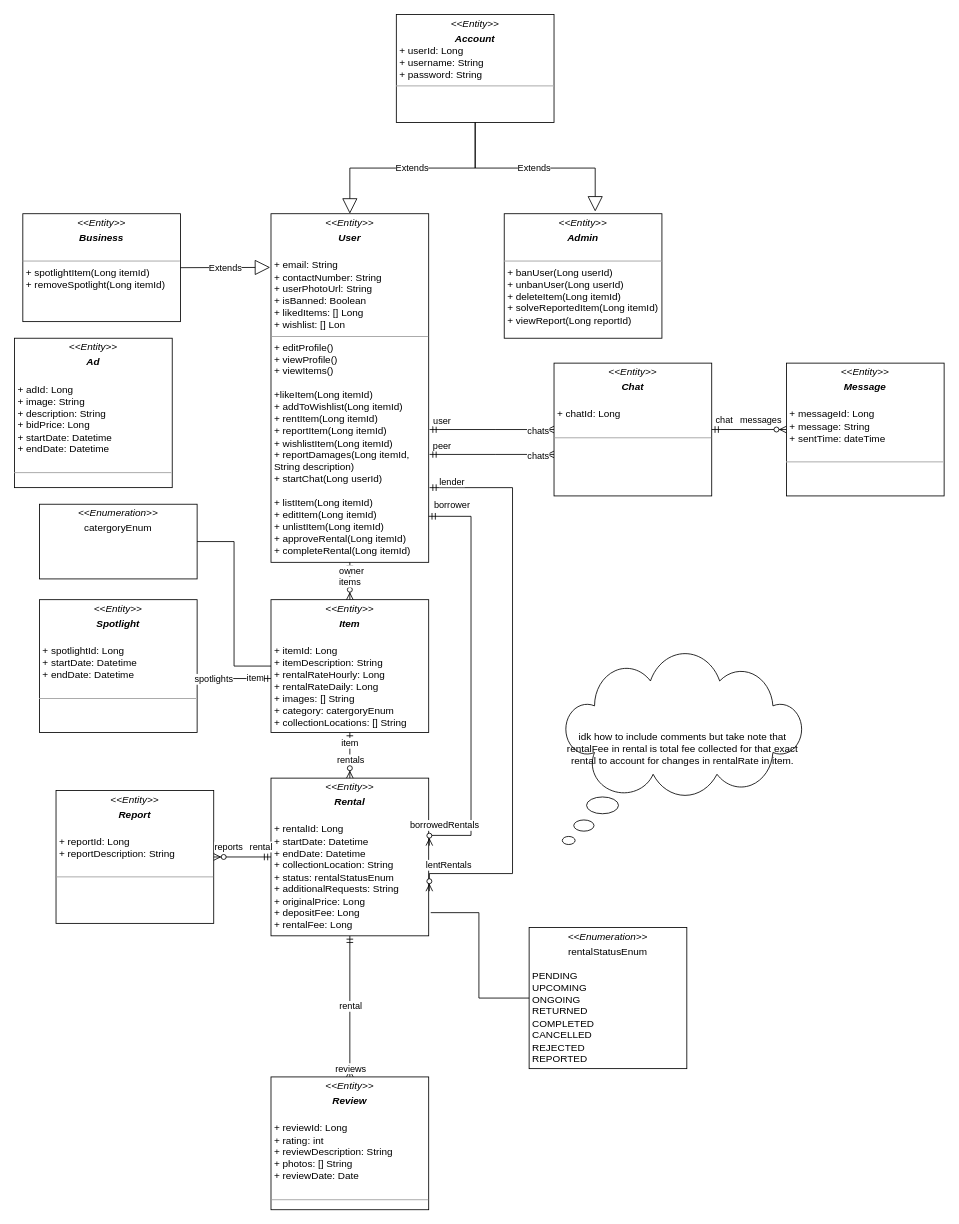
This is Class Diagram.drawio from TohDeKai/SharEco, a draw.io file, before an edit. Source tidied: cells renumbered, new cells numbered last; positions are measured from the earlier drawing's top-left corner, leaving out a move shared by most shapes. Both pictures are drawn from the tidied source at 83%, with x=0, y=0 at pixel (14, 14).
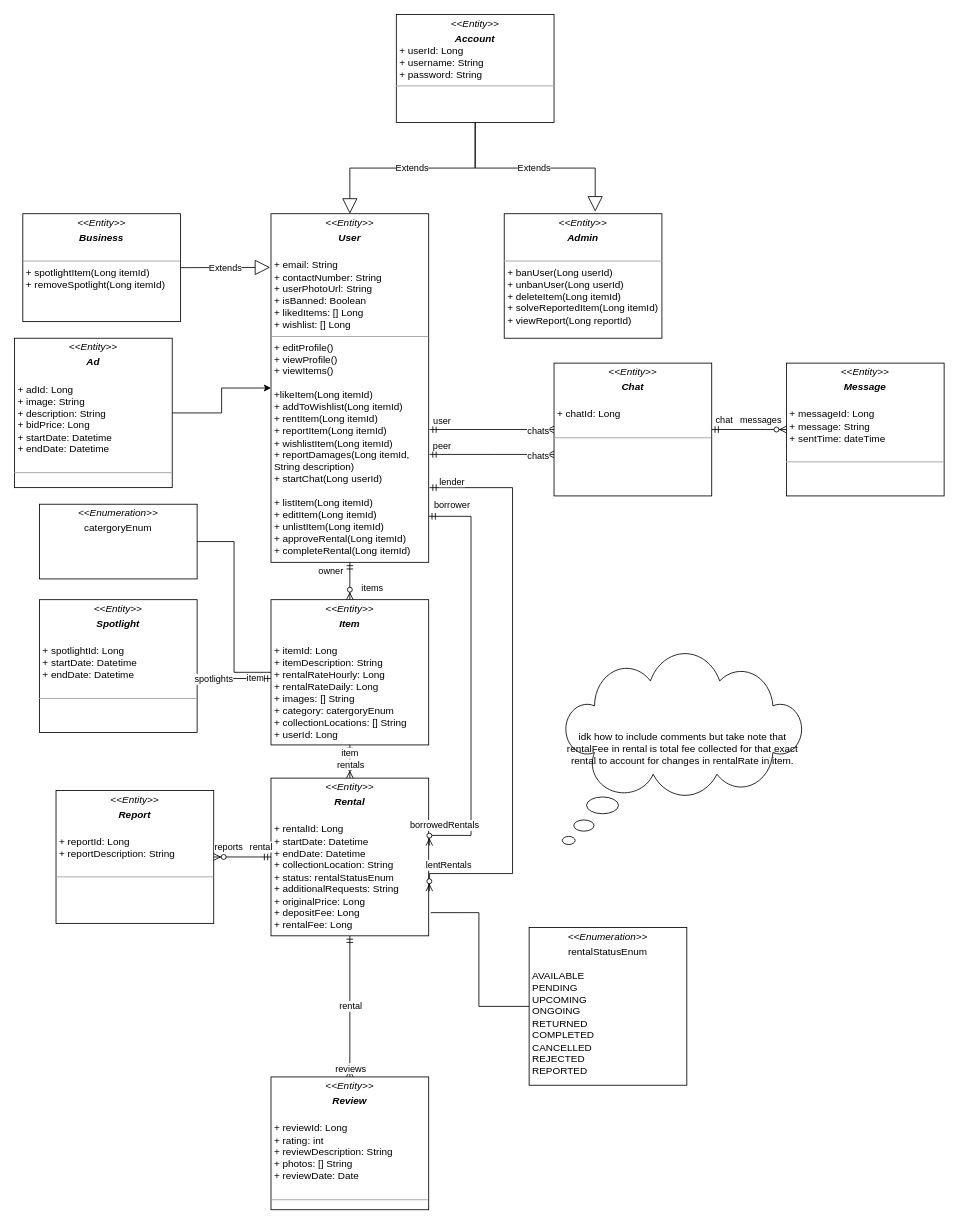
The same page after the edit.

The change refers to these unchanged cells:
```xml
<mxCell id="10" style="fontSize=12;html=1;endArrow=ERzeroToMany;startArrow=ERmandOne;rounded=0;exitX=0.5;exitY=1;exitDx=0;exitDy=0;" parent="1" edge="1" source="2" target="9">
  <mxGeometry relative="1" as="geometry" />
</mxCell>
<mxCell id="51" value="&lt;p style=&quot;margin:0px;margin-top:4px;text-align:center;&quot;&gt;&lt;i&gt;&amp;lt;&amp;lt;Entity&amp;gt;&amp;gt;&lt;/i&gt;&lt;/p&gt;&lt;p style=&quot;margin:0px;margin-top:4px;text-align:center;&quot;&gt;&lt;b&gt;&lt;i&gt;Ad&lt;/i&gt;&lt;/b&gt;&lt;/p&gt;&lt;p style=&quot;margin:0px;margin-top:4px;text-align:center;&quot;&gt;&lt;b&gt;&lt;i&gt;&lt;br&gt;&lt;/i&gt;&lt;/b&gt;&lt;/p&gt;&lt;p style=&quot;margin:0px;margin-left:4px;&quot;&gt;&lt;span style=&quot;background-color: initial;&quot;&gt;+ adId: Long&lt;/span&gt;&lt;/p&gt;&lt;p style=&quot;margin:0px;margin-left:4px;&quot;&gt;&lt;span style=&quot;background-color: initial;&quot;&gt;+ image: String&lt;/span&gt;&lt;/p&gt;&lt;p style=&quot;margin:0px;margin-left:4px;&quot;&gt;&lt;span style=&quot;background-color: initial;&quot;&gt;+ description: String&lt;/span&gt;&lt;/p&gt;&lt;p style=&quot;margin:0px;margin-left:4px;&quot;&gt;&lt;span style=&quot;background-color: initial;&quot;&gt;+ bidPrice: Long&lt;/span&gt;&lt;/p&gt;&lt;p style=&quot;margin:0px;margin-left:4px;&quot;&gt;&lt;span style=&quot;background-color: initial;&quot;&gt;+ startDate: Datetime&lt;/span&gt;&lt;/p&gt;&lt;p style=&quot;margin:0px;margin-left:4px;&quot;&gt;&lt;span style=&quot;background-color: initial;&quot;&gt;+ endDate: Datetime&lt;/span&gt;&lt;/p&gt;&lt;p style=&quot;margin:0px;margin-left:4px;&quot;&gt;&amp;nbsp;&lt;/p&gt;&lt;hr size=&quot;1&quot;&gt;&lt;p style=&quot;margin:0px;margin-left:4px;&quot;&gt;&lt;br&gt;&lt;/p&gt;" style="verticalAlign=top;align=left;overflow=fill;fontSize=12;fontFamily=Helvetica;html=1;whiteSpace=wrap;" parent="1" vertex="1">
  <mxGeometry y="390" width="190" height="180" as="geometry" />
</mxCell>
```

The edit, as a diff of the source:
```diff
@@
-    <mxCell id="2" value="&lt;p style=&quot;margin:0px;margin-top:4px;text-align:center;&quot;&gt;&lt;i&gt;&amp;lt;&amp;lt;Entity&amp;gt;&amp;gt;&lt;/i&gt;&lt;/p&gt;&lt;p style=&quot;margin:0px;margin-top:4px;text-align:center;&quot;&gt;&lt;i&gt;&lt;b&gt;User&lt;/b&gt;&lt;/i&gt;&lt;br&gt;&lt;/p&gt;&lt;p style=&quot;margin:0px;margin-top:4px;text-align:center;&quot;&gt;&lt;br&gt;&lt;/p&gt;&lt;p style=&quot;margin:0px;margin-left:4px;&quot;&gt;+ email: String&lt;/p&gt;&lt;p style=&quot;margin:0px;margin-left:4px;&quot;&gt;+ contactNumber: String&lt;/p&gt;&lt;p style=&quot;margin:0px;margin-left:4px;&quot;&gt;+ userPhotoUrl: String&lt;/p&gt;&lt;p style=&quot;margin:0px;margin-left:4px;&quot;&gt;+ isBanned: Boolean&lt;/p&gt;&lt;p style=&quot;margin:0px;margin-left:4px;&quot;&gt;+ likedItems: [] Long&lt;/p&gt;&lt;p style=&quot;margin:0px;margin-left:4px;&quot;&gt;+ wishlist: [] Lon&lt;/p&gt;&lt;hr size=&quot;1&quot;&gt;&lt;p style=&quot;margin:0px;margin-left:4px;&quot;&gt;+ editProfile()&lt;/p&gt;&lt;p style=&quot;margin:0px;margin-left:4px;&quot;&gt;+ viewProfile()&lt;/p&gt;&lt;p style=&quot;margin:0px;margin-left:4px;&quot;&gt;+ viewItems()&lt;/p&gt;&lt;p style=&quot;margin:0px;margin-left:4px;&quot;&gt;&lt;br&gt;&lt;/p&gt;&lt;p style=&quot;margin:0px;margin-left:4px;&quot;&gt;+likeItem(Long itemId)&lt;/p&gt;&lt;p style=&quot;margin:0px;margin-left:4px;&quot;&gt;+ addToWishlist(Long itemId)&lt;/p&gt;&lt;p style=&quot;margin:0px;margin-left:4px;&quot;&gt;+ rentItem(Long itemId)&lt;/p&gt;&lt;p style=&quot;margin:0px;margin-left:4px;&quot;&gt;+ reportItem(Long itemId)&lt;/p&gt;&lt;p style=&quot;margin:0px;margin-left:4px;&quot;&gt;+ wishlistItem(Long itemId)&lt;/p&gt;&lt;p style=&quot;margin:0px;margin-left:4px;&quot;&gt;+ reportDamages(Long itemId, String description)&lt;/p&gt;&lt;p style=&quot;margin:0px;margin-left:4px;&quot;&gt;+ startChat(Long userId)&lt;/p&gt;&lt;p style=&quot;margin:0px;margin-left:4px;&quot;&gt;&lt;br&gt;&lt;/p&gt;&lt;p style=&quot;margin:0px;margin-left:4px;&quot;&gt;+ listItem(Long itemId)&lt;/p&gt;&lt;p style=&quot;margin:0px;margin-left:4px;&quot;&gt;+ editItem(Long itemId)&lt;/p&gt;&lt;p style=&quot;margin:0px;margin-left:4px;&quot;&gt;+ unlistItem(Long itemId)&lt;/p&gt;&lt;p style=&quot;margin:0px;margin-left:4px;&quot;&gt;+ approveRental(Long itemId)&lt;/p&gt;&lt;p style=&quot;margin:0px;margin-left:4px;&quot;&gt;+ completeRental(Long itemId)&lt;br&gt;&lt;/p&gt;&lt;p style=&quot;margin:0px;margin-left:4px;&quot;&gt;&lt;br&gt;&lt;/p&gt;" style="verticalAlign=top;align=left;overflow=fill;fontSize=12;fontFamily=Helvetica;html=1;whiteSpace=wrap;" parent="1" vertex="1">
+    <mxCell id="2" value="&lt;p style=&quot;margin:0px;margin-top:4px;text-align:center;&quot;&gt;&lt;i&gt;&amp;lt;&amp;lt;Entity&amp;gt;&amp;gt;&lt;/i&gt;&lt;/p&gt;&lt;p style=&quot;margin:0px;margin-top:4px;text-align:center;&quot;&gt;&lt;i&gt;&lt;b&gt;User&lt;/b&gt;&lt;/i&gt;&lt;br&gt;&lt;/p&gt;&lt;p style=&quot;margin:0px;margin-top:4px;text-align:center;&quot;&gt;&lt;br&gt;&lt;/p&gt;&lt;p style=&quot;margin:0px;margin-left:4px;&quot;&gt;+ email: String&lt;/p&gt;&lt;p style=&quot;margin:0px;margin-left:4px;&quot;&gt;+ contactNumber: String&lt;/p&gt;&lt;p style=&quot;margin:0px;margin-left:4px;&quot;&gt;+ userPhotoUrl: String&lt;/p&gt;&lt;p style=&quot;margin:0px;margin-left:4px;&quot;&gt;+ isBanned: Boolean&lt;/p&gt;&lt;p style=&quot;margin:0px;margin-left:4px;&quot;&gt;+ likedItems: [] Long&lt;/p&gt;&lt;p style=&quot;margin:0px;margin-left:4px;&quot;&gt;+ wishlist: [] Long&lt;/p&gt;&lt;hr size=&quot;1&quot;&gt;&lt;p style=&quot;margin:0px;margin-left:4px;&quot;&gt;+ editProfile()&lt;/p&gt;&lt;p style=&quot;margin:0px;margin-left:4px;&quot;&gt;+ viewProfile()&lt;/p&gt;&lt;p style=&quot;margin:0px;margin-left:4px;&quot;&gt;+ viewItems()&lt;/p&gt;&lt;p style=&quot;margin:0px;margin-left:4px;&quot;&gt;&lt;br&gt;&lt;/p&gt;&lt;p style=&quot;margin:0px;margin-left:4px;&quot;&gt;+likeItem(Long itemId)&lt;/p&gt;&lt;p style=&quot;margin:0px;margin-left:4px;&quot;&gt;+ addToWishlist(Long itemId)&lt;/p&gt;&lt;p style=&quot;margin:0px;margin-left:4px;&quot;&gt;+ rentItem(Long itemId)&lt;/p&gt;&lt;p style=&quot;margin:0px;margin-left:4px;&quot;&gt;+ reportItem(Long itemId)&lt;/p&gt;&lt;p style=&quot;margin:0px;margin-left:4px;&quot;&gt;+ wishlistItem(Long itemId)&lt;/p&gt;&lt;p style=&quot;margin:0px;margin-left:4px;&quot;&gt;+ reportDamages(Long itemId, String description)&lt;/p&gt;&lt;p style=&quot;margin:0px;margin-left:4px;&quot;&gt;+ startChat(Long userId)&lt;/p&gt;&lt;p style=&quot;margin:0px;margin-left:4px;&quot;&gt;&lt;br&gt;&lt;/p&gt;&lt;p style=&quot;margin:0px;margin-left:4px;&quot;&gt;+ listItem(Long itemId)&lt;/p&gt;&lt;p style=&quot;margin:0px;margin-left:4px;&quot;&gt;+ editItem(Long itemId)&lt;/p&gt;&lt;p style=&quot;margin:0px;margin-left:4px;&quot;&gt;+ unlistItem(Long itemId)&lt;/p&gt;&lt;p style=&quot;margin:0px;margin-left:4px;&quot;&gt;+ approveRental(Long itemId)&lt;/p&gt;&lt;p style=&quot;margin:0px;margin-left:4px;&quot;&gt;+ completeRental(Long itemId)&lt;br&gt;&lt;/p&gt;&lt;p style=&quot;margin:0px;margin-left:4px;&quot;&gt;&lt;br&gt;&lt;/p&gt;" style="verticalAlign=top;align=left;overflow=fill;fontSize=12;fontFamily=Helvetica;html=1;whiteSpace=wrap;" parent="1" vertex="1">
       <mxGeometry x="309" y="240" width="190" height="420" as="geometry" />
     </mxCell>
@@
-    <mxCell id="9" value="&lt;p style=&quot;margin:0px;margin-top:4px;text-align:center;&quot;&gt;&lt;i&gt;&amp;lt;&amp;lt;Entity&amp;gt;&amp;gt;&lt;/i&gt;&lt;/p&gt;&lt;p style=&quot;margin:0px;margin-top:4px;text-align:center;&quot;&gt;&lt;i&gt;&lt;b&gt;Item&lt;/b&gt;&lt;/i&gt;&lt;br&gt;&lt;/p&gt;&lt;p style=&quot;margin:0px;margin-top:4px;text-align:center;&quot;&gt;&lt;br&gt;&lt;/p&gt;&lt;p style=&quot;margin:0px;margin-left:4px;&quot;&gt;+ itemId: Long&lt;br&gt;&lt;/p&gt;&lt;p style=&quot;margin:0px;margin-left:4px;&quot;&gt;+ itemDescription: String&lt;/p&gt;&lt;p style=&quot;margin:0px;margin-left:4px;&quot;&gt;+ rentalRateHourly: Long&lt;/p&gt;&lt;p style=&quot;margin:0px;margin-left:4px;&quot;&gt;+ rentalRateDaily: Long&lt;/p&gt;&lt;p style=&quot;margin:0px;margin-left:4px;&quot;&gt;+ images: [] String&lt;/p&gt;&lt;p style=&quot;margin:0px;margin-left:4px;&quot;&gt;+ category: catergoryEnum&lt;/p&gt;&lt;p style=&quot;margin:0px;margin-left:4px;&quot;&gt;+ collectionLocations: [] String&lt;/p&gt;&lt;p style=&quot;margin:0px;margin-left:4px;&quot;&gt;&lt;br&gt;&lt;/p&gt;&lt;p style=&quot;margin:0px;margin-left:4px;&quot;&gt;&lt;br&gt;&lt;/p&gt;&lt;hr size=&quot;1&quot;&gt;&lt;p style=&quot;margin:0px;margin-left:4px;&quot;&gt;&lt;br&gt;&lt;/p&gt;" style="verticalAlign=top;align=left;overflow=fill;fontSize=12;fontFamily=Helvetica;html=1;whiteSpace=wrap;" parent="1" vertex="1">
-      <mxGeometry x="309" y="705" width="190" height="160" as="geometry" />
+    <mxCell id="9" value="&lt;p style=&quot;margin:0px;margin-top:4px;text-align:center;&quot;&gt;&lt;i&gt;&amp;lt;&amp;lt;Entity&amp;gt;&amp;gt;&lt;/i&gt;&lt;/p&gt;&lt;p style=&quot;margin:0px;margin-top:4px;text-align:center;&quot;&gt;&lt;i&gt;&lt;b&gt;Item&lt;/b&gt;&lt;/i&gt;&lt;br&gt;&lt;/p&gt;&lt;p style=&quot;margin:0px;margin-top:4px;text-align:center;&quot;&gt;&lt;br&gt;&lt;/p&gt;&lt;p style=&quot;margin:0px;margin-left:4px;&quot;&gt;+ itemId: Long&lt;br&gt;&lt;/p&gt;&lt;p style=&quot;margin:0px;margin-left:4px;&quot;&gt;+ itemDescription: String&lt;/p&gt;&lt;p style=&quot;margin:0px;margin-left:4px;&quot;&gt;+ rentalRateHourly: Long&lt;/p&gt;&lt;p style=&quot;margin:0px;margin-left:4px;&quot;&gt;+ rentalRateDaily: Long&lt;/p&gt;&lt;p style=&quot;margin:0px;margin-left:4px;&quot;&gt;+ images: [] String&lt;/p&gt;&lt;p style=&quot;margin:0px;margin-left:4px;&quot;&gt;+ category: catergoryEnum&lt;/p&gt;&lt;p style=&quot;margin:0px;margin-left:4px;&quot;&gt;+ collectionLocations: [] String&lt;br&gt;+ userId: Long&lt;br&gt;&lt;br&gt;&lt;/p&gt;&lt;p style=&quot;margin:0px;margin-left:4px;&quot;&gt;&lt;br&gt;&lt;/p&gt;&lt;p style=&quot;margin:0px;margin-left:4px;&quot;&gt;&lt;br&gt;&lt;/p&gt;&lt;hr size=&quot;1&quot;&gt;&lt;p style=&quot;margin:0px;margin-left:4px;&quot;&gt;&lt;br&gt;&lt;/p&gt;" style="verticalAlign=top;align=left;overflow=fill;fontSize=12;fontFamily=Helvetica;html=1;whiteSpace=wrap;" parent="1" vertex="1">
+      <mxGeometry x="309" y="705" width="190" height="175" as="geometry" />
     </mxCell>
@@
     <mxCell id="11" value="owner" style="edgeLabel;html=1;align=center;verticalAlign=middle;" parent="10" vertex="1">
-      <mxGeometry x="-0.59" y="1" relative="1" as="geometry" />
+      <mxGeometry x="-0.59" y="1" relative="1" as="geometry">
+        <mxPoint x="-25" as="offset" />
+      </mxGeometry>
     </mxCell>
     <mxCell id="12" value="items" style="edgeLabel;html=1;align=center;verticalAlign=middle;" parent="10" vertex="1">
-      <mxGeometry x="0.03" y="-1" relative="1" as="geometry" />
+      <mxGeometry x="0.03" y="-1" relative="1" as="geometry">
+        <mxPoint x="27" y="7" as="offset" />
+      </mxGeometry>
     </mxCell>
@@
-    <mxCell id="19" value="&lt;p style=&quot;margin:0px;margin-top:4px;text-align:center;&quot;&gt;&lt;i&gt;&amp;lt;&amp;lt;Enumeration&amp;gt;&amp;gt;&lt;/i&gt;&lt;/p&gt;&lt;p style=&quot;margin:0px;margin-top:4px;text-align:center;&quot;&gt;rentalStatusEnum&lt;/p&gt;&lt;p style=&quot;margin:0px;margin-left:4px;&quot;&gt;&lt;br&gt;&lt;/p&gt;&lt;p style=&quot;margin:0px;margin-left:4px;&quot;&gt;PENDING&lt;/p&gt;&lt;p style=&quot;margin:0px;margin-left:4px;&quot;&gt;UPCOMING&lt;/p&gt;&lt;p style=&quot;margin:0px;margin-left:4px;&quot;&gt;ONGOING&lt;/p&gt;&lt;p style=&quot;margin:0px;margin-left:4px;&quot;&gt;RETURNED&lt;/p&gt;&lt;p style=&quot;margin:0px;margin-left:4px;&quot;&gt;COMPLETED&lt;/p&gt;&lt;p style=&quot;margin:0px;margin-left:4px;&quot;&gt;CANCELLED&lt;br&gt;&lt;/p&gt;&lt;p style=&quot;margin:0px;margin-left:4px;&quot;&gt;REJECTED&lt;/p&gt;&lt;p style=&quot;margin:0px;margin-left:4px;&quot;&gt;REPORTED&lt;/p&gt;" style="verticalAlign=top;align=left;overflow=fill;fontSize=12;fontFamily=Helvetica;html=1;whiteSpace=wrap;" parent="1" vertex="1">
-      <mxGeometry x="620" y="1100" width="190" height="170" as="geometry" />
+    <mxCell id="19" value="&lt;p style=&quot;margin:0px;margin-top:4px;text-align:center;&quot;&gt;&lt;i&gt;&amp;lt;&amp;lt;Enumeration&amp;gt;&amp;gt;&lt;/i&gt;&lt;/p&gt;&lt;p style=&quot;margin:0px;margin-top:4px;text-align:center;&quot;&gt;rentalStatusEnum&lt;/p&gt;&lt;p style=&quot;margin:0px;margin-left:4px;&quot;&gt;&lt;br&gt;&lt;/p&gt;&lt;p style=&quot;margin:0px;margin-left:4px;&quot;&gt;AVAILABLE&lt;/p&gt;&lt;p style=&quot;margin:0px;margin-left:4px;&quot;&gt;PENDING&lt;/p&gt;&lt;p style=&quot;margin:0px;margin-left:4px;&quot;&gt;UPCOMING&lt;/p&gt;&lt;p style=&quot;margin:0px;margin-left:4px;&quot;&gt;ONGOING&lt;/p&gt;&lt;p style=&quot;margin:0px;margin-left:4px;&quot;&gt;RETURNED&lt;/p&gt;&lt;p style=&quot;margin:0px;margin-left:4px;&quot;&gt;COMPLETED&lt;/p&gt;&lt;p style=&quot;margin:0px;margin-left:4px;&quot;&gt;CANCELLED&lt;br&gt;&lt;/p&gt;&lt;p style=&quot;margin:0px;margin-left:4px;&quot;&gt;REJECTED&lt;/p&gt;&lt;p style=&quot;margin:0px;margin-left:4px;&quot;&gt;REPORTED&lt;/p&gt;" style="verticalAlign=top;align=left;overflow=fill;fontSize=12;fontFamily=Helvetica;html=1;whiteSpace=wrap;" parent="1" vertex="1">
+      <mxGeometry x="620" y="1100" width="190" height="190" as="geometry" />
     </mxCell>
@@
+    <mxCell id="52" style="edgeStyle=orthogonalEdgeStyle;rounded=0;jettySize=auto;html=1;" parent="1" edge="1" source="51" target="2">
+      <mxGeometry relative="1" as="geometry" />
+    </mxCell>
```
